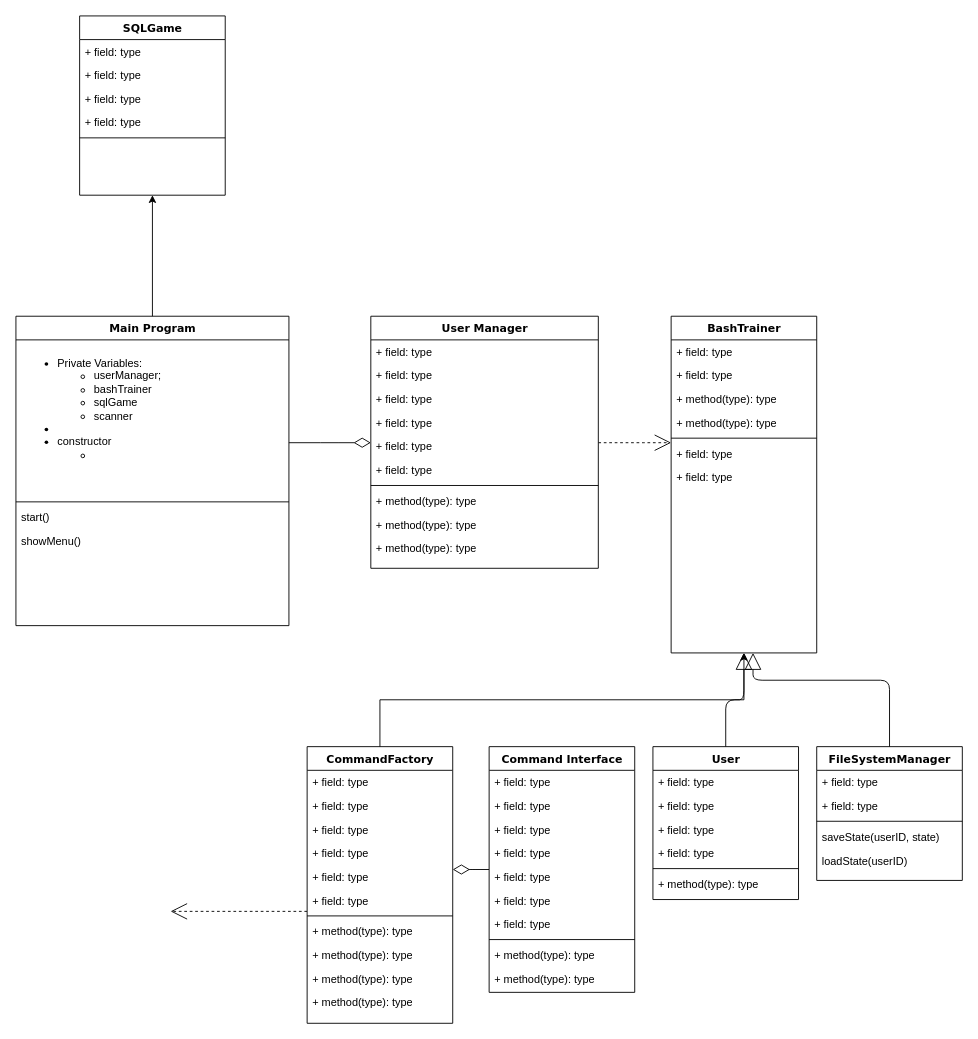
Before: developerskillsflow.drawio in angelofsd/DeveloperSkills, a draw.io diagram. Source tidied: cells renumbered, new cells numbered last; positions are measured from the earlier drawing's top-left corner, leaving out a move shared by most shapes. Both pictures are drawn from the tidied source at 91%, with x=0, y=0 at pixel (15, 15).
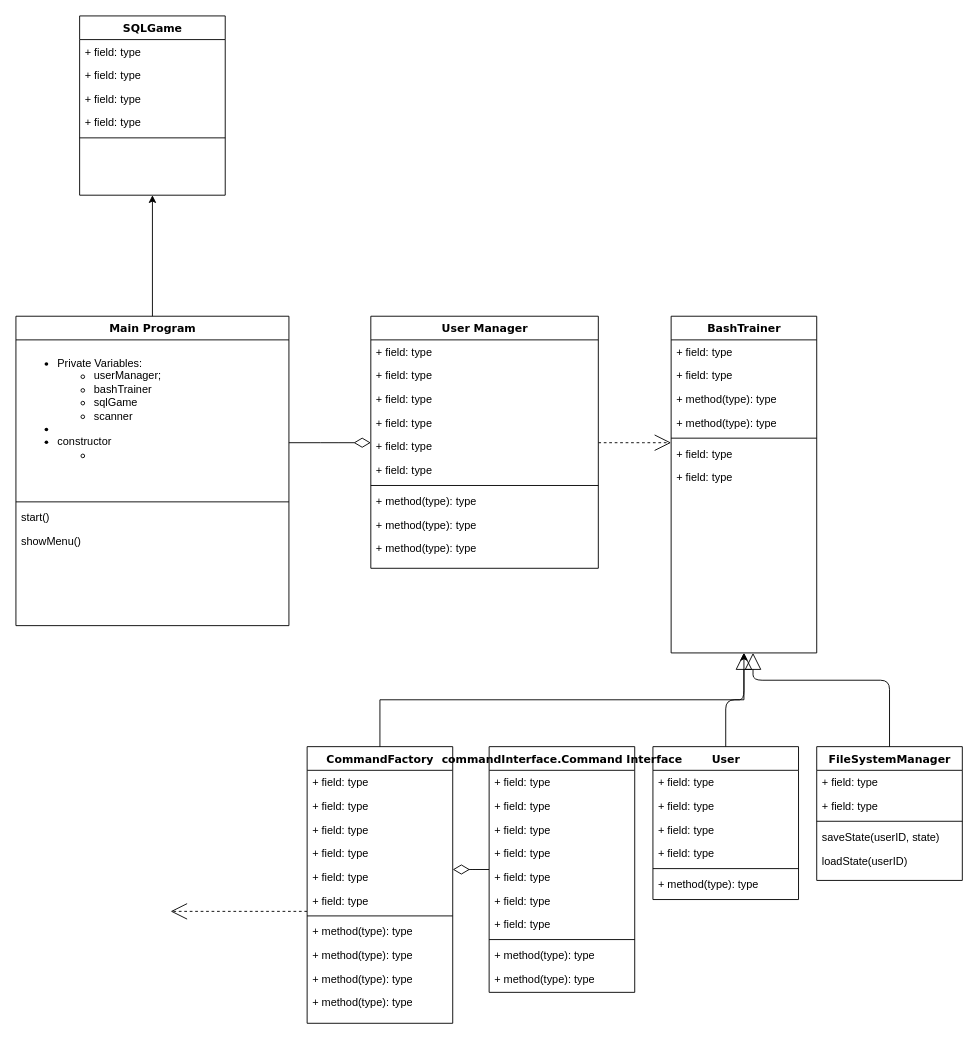
After the change.

Change to the diagram source:
```diff
@@
-    <mxCell id="43" value="Command Interface" style="swimlane;html=1;fontStyle=1;align=center;verticalAlign=top;horizontal=1;startSize=26;swimlaneFillColor=#ffffff;rounded=0;shadow=0;comic=0;labelBackgroundColor=none;strokeWidth=1;fillColor=none;fontFamily=Verdana;fontSize=12;" parent="1" vertex="1">
+    <mxCell id="43" value="commandInterface.Command Interface" style="swimlane;html=1;fontStyle=1;align=center;verticalAlign=top;horizontal=1;startSize=26;swimlaneFillColor=#ffffff;rounded=0;shadow=0;comic=0;labelBackgroundColor=none;strokeWidth=1;fillColor=none;fontFamily=Verdana;fontSize=12;" parent="1" vertex="1">
       <mxGeometry x="520" y="803" width="160" height="270" as="geometry" />
     </mxCell>
```
